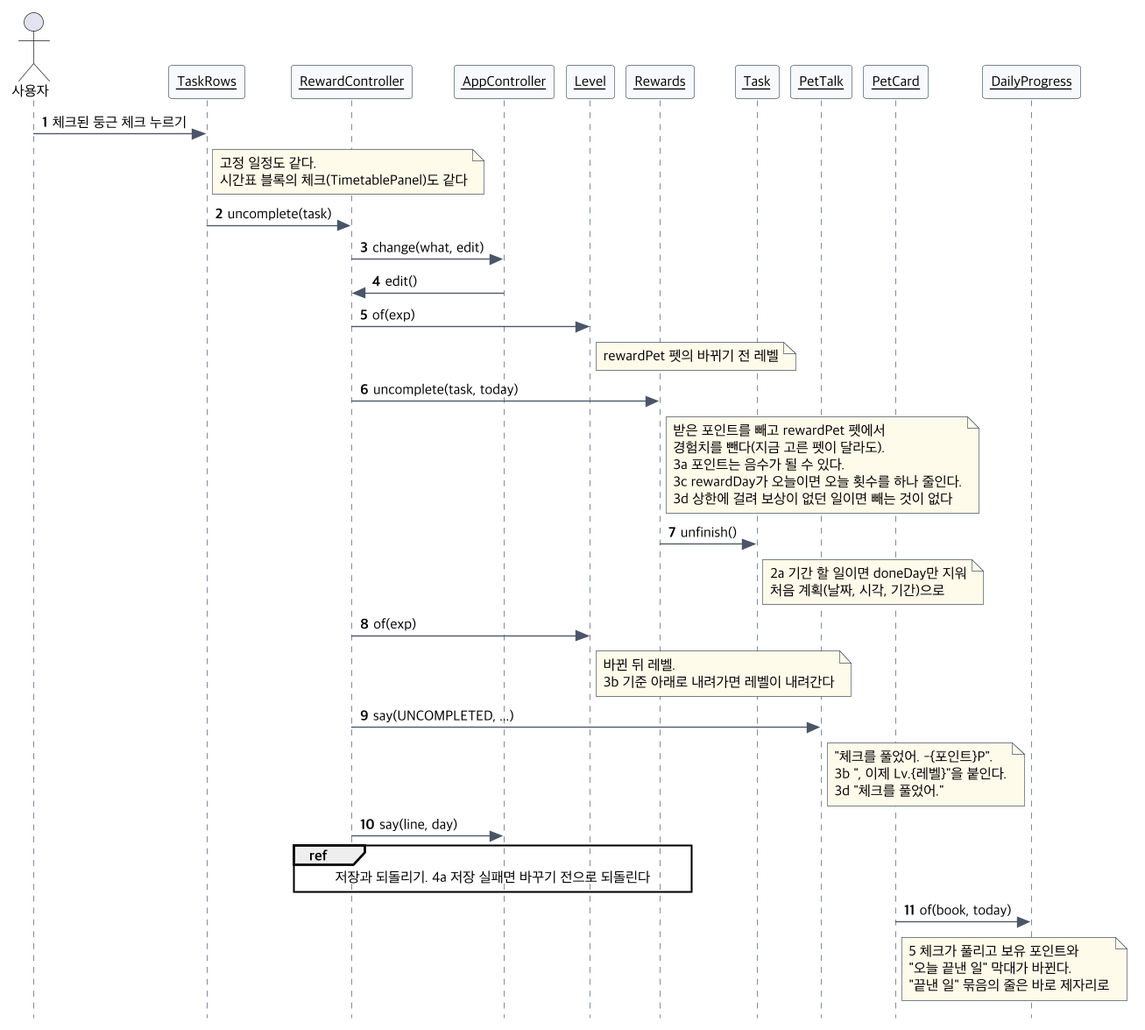
Above: docs/diagrams/seq-uc08.png in 2026-2-software-system-design-11/planning-pet-app (PlantUML), before the change. Its diagram source:
```plantuml
@startuml seq-uc08
!include seq-common.iuml
actor 사용자
$obj(TaskRows)
$obj(RewardController)
$obj(AppController)
$obj(Level)
$obj(Rewards)
$obj(Task)
$obj(PetTalk)
$obj(PetCard)
$obj(DailyProgress)
사용자 -> TaskRows : 체크된 둥근 체크 누르기
note right of TaskRows : 고정 일정도 같다.\n시간표 블록의 체크(TimetablePanel)도 같다
TaskRows -> RewardController : uncomplete(task)
RewardController -> AppController : change(what, edit)
AppController -> RewardController : edit()
RewardController -> Level : of(exp)
note right of Level : rewardPet 펫의 바뀌기 전 레벨
RewardController -> Rewards : uncomplete(task, today)
note right of Rewards : 받은 포인트를 빼고 rewardPet 펫에서\n경험치를 뺀다(지금 고른 펫이 달라도).\n3a 포인트는 음수가 될 수 있다.\n3c rewardDay가 오늘이면 오늘 횟수를 하나 줄인다.\n3d 상한에 걸려 보상이 없던 일이면 빼는 것이 없다
Rewards -> Task : unfinish()
note right of Task : 2a 기간 할 일이면 doneDay만 지워\n처음 계획(날짜, 시각, 기간)으로
RewardController -> Level : of(exp)
note right of Level : 바뀐 뒤 레벨.\n3b 기준 아래로 내려가면 레벨이 내려간다
RewardController -> PetTalk : say(UNCOMPLETED, ...)
note right of PetTalk : "체크를 풀었어. -{포인트}P".\n3b ", 이제 Lv.{레벨}"을 붙인다.\n3d "체크를 풀었어."
RewardController -> AppController : say(line, day)
ref over RewardController, Rewards : 저장과 되돌리기. 4a 저장 실패면 바꾸기 전으로 되돌린다
PetCard -> DailyProgress : of(book, today)
note right of PetCard : 5 체크가 풀리고 보유 포인트와\n"오늘 끝낸 일" 막대가 바뀐다.\n"끝낸 일" 묶음의 줄은 바로 제자리로
@enduml
```
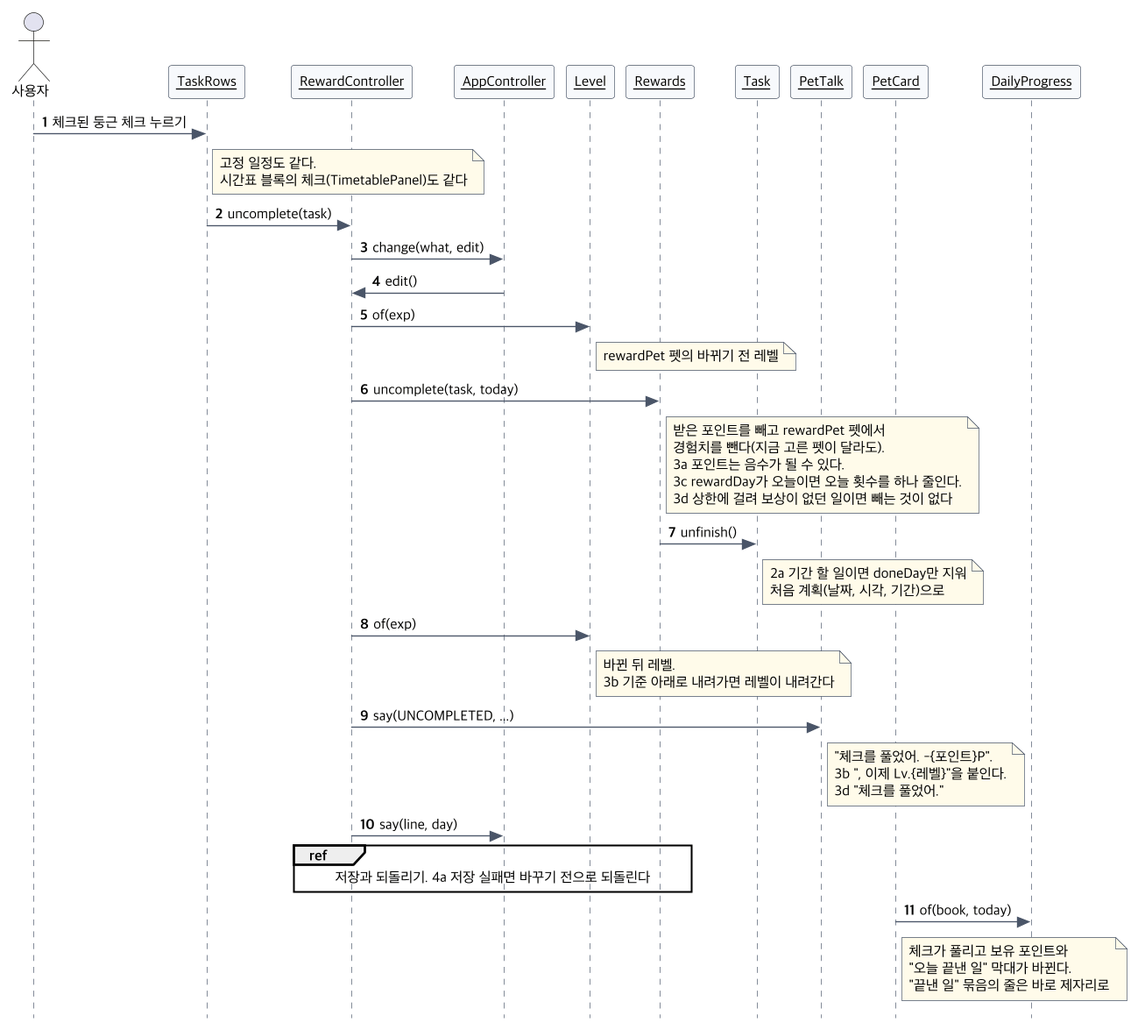
The same diagram one commit later.

What changed in the source:
```diff
@@ -28,5 +28,5 @@
 RewardController -> AppController : say(line, day)
 ref over RewardController, Rewards : 저장과 되돌리기. 4a 저장 실패면 바꾸기 전으로 되돌린다
 PetCard -> DailyProgress : of(book, today)
-note right of PetCard : 5 체크가 풀리고 보유 포인트와\n"오늘 끝낸 일" 막대가 바뀐다.\n"끝낸 일" 묶음의 줄은 바로 제자리로
+note right of PetCard : 체크가 풀리고 보유 포인트와\n"오늘 끝낸 일" 막대가 바뀐다.\n"끝낸 일" 묶음의 줄은 바로 제자리로
 @enduml
```
